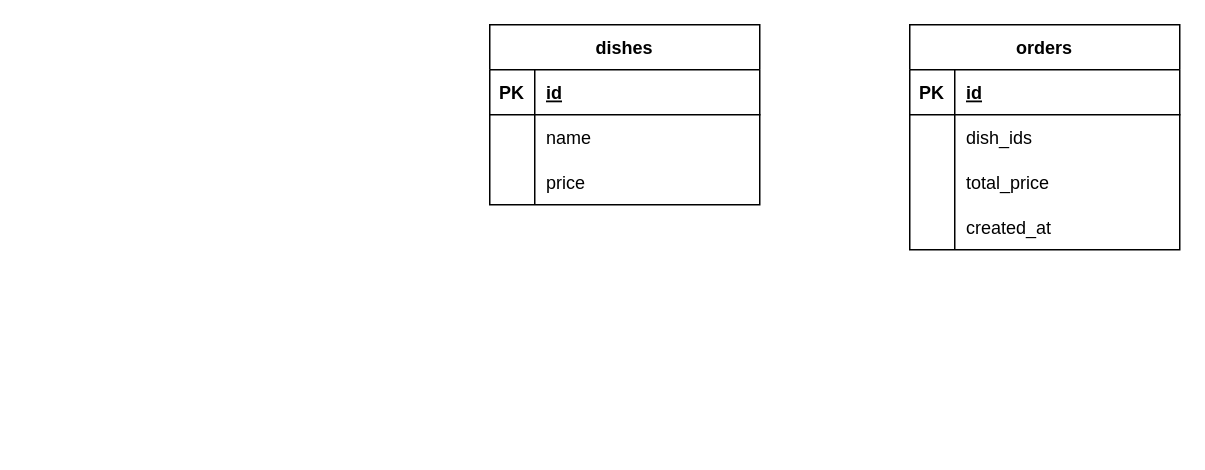
Above: docs/models.drawio in MrSquaare/lambdabistro (draw.io), before the change. Source tidied: cells renumbered, new cells numbered last; positions are measured from the earlier drawing's top-left corner, leaving out a move shared by most shapes. Both pictures are drawn from the tidied source at 150%, with x=0, y=0 at pixel (489, 24).
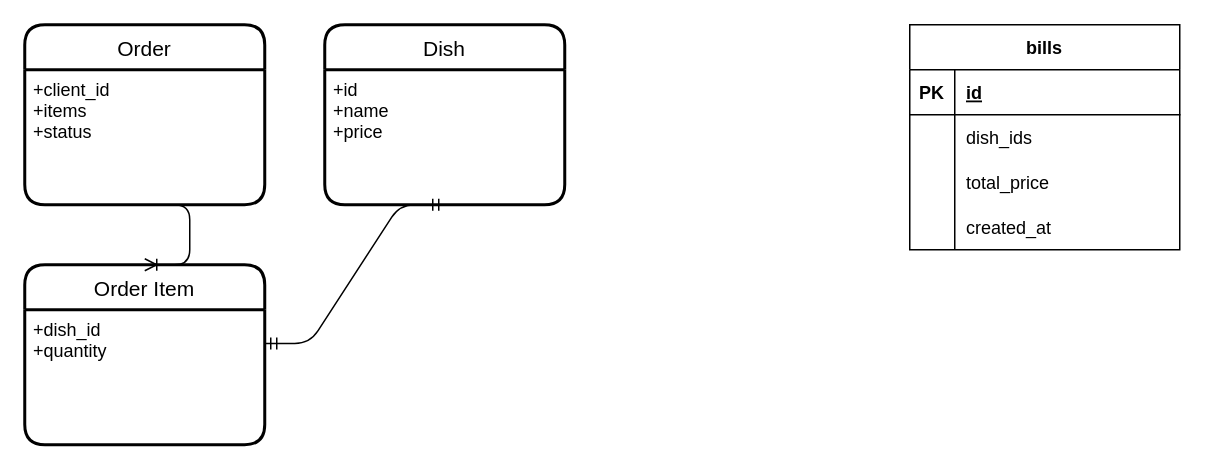
After the change.

Diff of the diagram source:
```diff
@@
-    <mxCell id="2" value="dishes" style="shape=table;startSize=30;childLayout=tableLayout;rowLines=0;fontStyle=1;align=center;" parent="1" vertex="1">
-      <mxGeometry width="180" height="120" as="geometry" />
-    </mxCell>
-    <mxCell id="3" style="shape=tableRow;horizontal=0;startSize=0;swimlaneHead=0;swimlaneBody=0;fillColor=none;top=0;left=0;right=0;bottom=1;" parent="2" vertex="1">
-      <mxGeometry y="30" width="180" height="30" as="geometry" />
-    </mxCell>
-    <mxCell id="4" value="PK" style="shape=partialRectangle;fillColor=none;top=0;left=0;bottom=0;right=0;fontStyle=1;overflow=hidden;" parent="3" vertex="1">
-      <mxGeometry width="30" height="30" as="geometry" />
-    </mxCell>
-    <mxCell id="5" value="id" style="shape=partialRectangle;fillColor=none;top=0;left=0;bottom=0;right=0;align=left;spacingLeft=6;fontStyle=5;overflow=hidden;" parent="3" vertex="1">
-      <mxGeometry x="30" width="150" height="30" as="geometry" />
-    </mxCell>
-    <mxCell id="6" style="shape=tableRow;horizontal=0;startSize=0;swimlaneHead=0;swimlaneBody=0;fillColor=none;top=0;left=0;right=0;bottom=0;" parent="2" vertex="1">
-      <mxGeometry y="60" width="180" height="30" as="geometry" />
-    </mxCell>
-    <mxCell id="7" style="shape=partialRectangle;fillColor=none;top=0;left=0;bottom=0;right=0;overflow=hidden;" parent="6" vertex="1">
-      <mxGeometry width="30" height="30" as="geometry" />
-    </mxCell>
-    <mxCell id="8" value="name" style="shape=partialRectangle;fillColor=none;top=0;left=0;bottom=0;right=0;align=left;spacingLeft=6;overflow=hidden;" parent="6" vertex="1">
-      <mxGeometry x="30" width="150" height="30" as="geometry" />
-    </mxCell>
-    <mxCell id="9" style="shape=tableRow;horizontal=0;startSize=0;swimlaneHead=0;swimlaneBody=0;fillColor=none;top=0;left=0;right=0;bottom=0;" parent="2" vertex="1">
-      <mxGeometry y="90" width="180" height="30" as="geometry" />
-    </mxCell>
-    <mxCell id="10" style="shape=partialRectangle;fillColor=none;top=0;left=0;bottom=0;right=0;overflow=hidden;" parent="9" vertex="1">
-      <mxGeometry width="30" height="30" as="geometry" />
-    </mxCell>
-    <mxCell id="11" value="price" style="shape=partialRectangle;fillColor=none;top=0;left=0;bottom=0;right=0;align=left;spacingLeft=6;overflow=hidden;" parent="9" vertex="1">
-      <mxGeometry x="30" width="150" height="30" as="geometry" />
-    </mxCell>
-    <mxCell id="12" value="orders" style="shape=table;startSize=30;childLayout=tableLayout;rowLines=0;fontStyle=1;align=center;" parent="1" vertex="1">
+    <mxCell id="12" value="bills" style="shape=table;startSize=30;childLayout=tableLayout;rowLines=0;fontStyle=1;align=center;" parent="1" vertex="1">
       <mxGeometry x="280" width="180" height="150" as="geometry" />
     </mxCell>
@@
+    <mxCell id="25" value="Order" style="swimlane;horizontal=1;startSize=30;rounded=1;fontSize=14;fontStyle=0;strokeWidth=2;shadow=0;dashed=0;align=center;" parent="1" vertex="1">
+      <mxGeometry x="-310" width="160" height="120" as="geometry" />
+    </mxCell>
+    <mxCell id="26" value="+client_id&#10;+items&#10;+status" style="align=left;strokeColor=none;fillColor=none;spacingLeft=4;fontSize=12;verticalAlign=top;" parent="25" vertex="1">
+      <mxGeometry y="30" width="160" height="90" as="geometry" />
+    </mxCell>
+    <mxCell id="27" value="Dish" style="swimlane;horizontal=1;startSize=30;rounded=1;fontSize=14;fontStyle=0;strokeWidth=2;shadow=0;dashed=0;align=center;" parent="1" vertex="1">
+      <mxGeometry x="-110" width="160" height="120" as="geometry" />
+    </mxCell>
+    <mxCell id="28" value="+id&#10;+name&#10;+price" style="align=left;strokeColor=none;fillColor=none;spacingLeft=4;fontSize=12;verticalAlign=top;" parent="27" vertex="1">
+      <mxGeometry y="30" width="160" height="90" as="geometry" />
+    </mxCell>
+    <mxCell id="29" value="Order Item" style="swimlane;horizontal=1;startSize=30;rounded=1;fontSize=14;fontStyle=0;strokeWidth=2;shadow=0;dashed=0;align=center;" parent="1" vertex="1">
+      <mxGeometry x="-310" y="160" width="160" height="120" as="geometry" />
+    </mxCell>
+    <mxCell id="30" value="+dish_id&#10;+quantity" style="align=left;strokeColor=none;fillColor=none;spacingLeft=4;fontSize=12;verticalAlign=top;" parent="29" vertex="1">
+      <mxGeometry y="30" width="160" height="90" as="geometry" />
+    </mxCell>
+    <mxCell id="31" style="edgeStyle=entityRelationEdgeStyle;fontSize=12;html=1;endArrow=ERoneToMany;exitX=0.5;exitY=1;exitDx=0;exitDy=0;entryX=0.5;entryY=0;entryDx=0;entryDy=0;" parent="1" edge="1" source="26" target="29">
+      <mxGeometry relative="1" as="geometry" />
+    </mxCell>
+    <mxCell id="32" style="edgeStyle=entityRelationEdgeStyle;fontSize=12;html=1;endArrow=ERmandOne;startArrow=ERmandOne;entryX=0.5;entryY=1;entryDx=0;entryDy=0;exitX=1;exitY=0.25;exitDx=0;exitDy=0;" parent="1" edge="1" source="30" target="28">
+      <mxGeometry relative="1" as="geometry" />
+    </mxCell>
```
